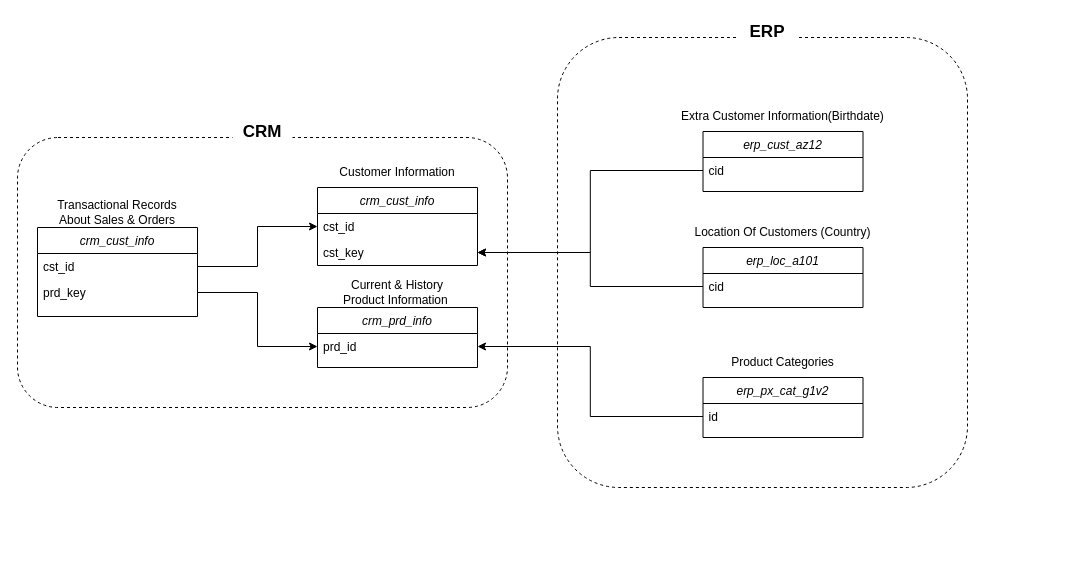
The draw.io diagram Integration_model.drawio in rudrabhavsar7/Datawarehouse, before the edit. Source tidied: cells renumbered, new cells numbered last; positions are measured from the earlier drawing's top-left corner, leaving out a move shared by most shapes. Both pictures are drawn from the tidied source at 100%, with x=0, y=0 at pixel (17, 17).
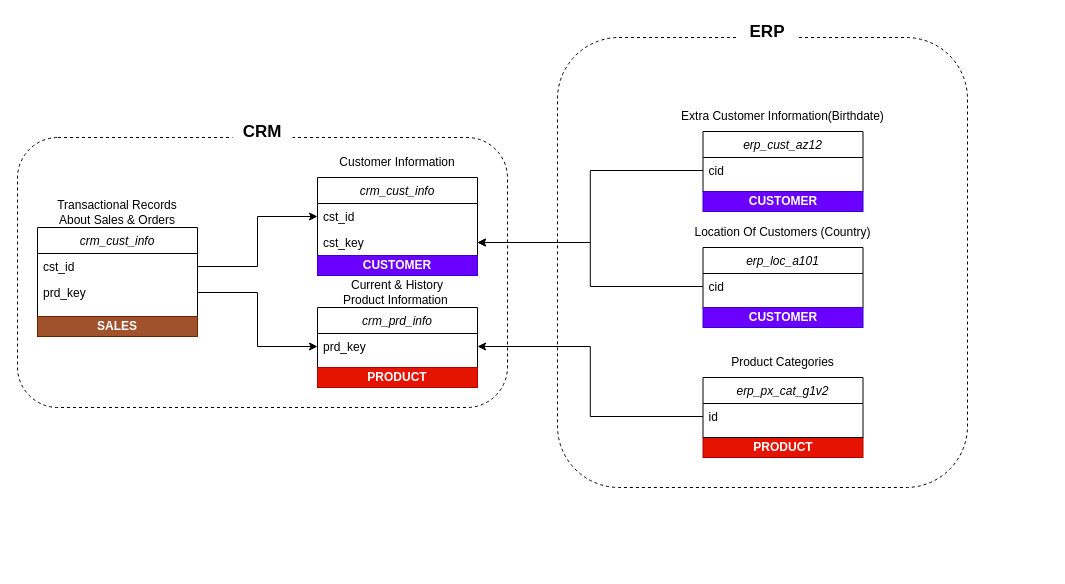
The same diagram, later.

The change refers to these unchanged cells:
```xml
<mxCell id="9" value="crm_prd_info" style="swimlane;fontStyle=2;align=center;verticalAlign=top;horizontal=1;startSize=26;rounded=0;shadow=0;strokeWidth=1;fontColor=light-dark(#000000,#000000);fillColor=light-dark(#FFFFFF,#66B2FF);" parent="8" vertex="1">
  <mxGeometry y="30" width="160" height="60" as="geometry" />
</mxCell>
<mxCell id="19" style="group;" parent="1" vertex="1">
  <mxGeometry x="560" y="256" width="470" height="190" as="geometry" />
</mxCell>
```

Change to the diagram source:
```diff
@@
     <mxCell id="3" style="group;" parent="1" vertex="1">
-      <mxGeometry x="300" y="140" width="160" height="90" as="geometry" />
+      <mxGeometry x="300" y="130" width="160" height="90" as="geometry" />
     </mxCell>
     <mxCell id="4" value="crm_cust_info" style="swimlane;fontStyle=2;align=center;verticalAlign=top;horizontal=1;startSize=26;rounded=0;shadow=0;strokeWidth=1;fillColor=light-dark(#FFFFFF,#66B2FF);fontColor=light-dark(#000000,#000000);" parent="3" vertex="1">
-      <mxGeometry y="30" width="160" height="78" as="geometry" />
+      <mxGeometry y="30" width="160" height="98" as="geometry" />
     </mxCell>
@@
+    <mxCell id="36" value="&lt;b&gt;CUSTOMER&lt;/b&gt;" style="rounded=0;whiteSpace=wrap;html=1;fillColor=#6a00ff;strokeColor=#3700CC;fontColor=#ffffff;" parent="4" vertex="1">
+      <mxGeometry y="78" width="160" height="20" as="geometry" />
+    </mxCell>
@@
-    <mxCell id="10" value="prd_id" style="text;align=left;verticalAlign=top;spacingLeft=4;spacingRight=4;overflow=hidden;points=[[0,0.5],[1,0.5]];portConstraint=eastwest;" parent="9" vertex="1">
+    <mxCell id="10" value="prd_key&#10;" style="text;align=left;verticalAlign=top;spacingLeft=4;spacingRight=4;overflow=hidden;points=[[0,0.5],[1,0.5]];portConstraint=eastwest;" parent="9" vertex="1">
       <mxGeometry y="26" width="160" height="26" as="geometry" />
     </mxCell>
@@
+    <mxCell id="37" value="&lt;b&gt;PRODUCT&lt;/b&gt;" style="rounded=0;whiteSpace=wrap;html=1;fillColor=#e51400;fontColor=#ffffff;strokeColor=#B20000;" parent="19" vertex="1">
+      <mxGeometry x="125.5" y="164" width="160" height="20" as="geometry" />
+    </mxCell>
+    <mxCell id="38" value="&lt;b&gt;CUSTOMER&lt;/b&gt;" style="rounded=0;whiteSpace=wrap;html=1;fillColor=#6a00ff;strokeColor=#3700CC;fontColor=#ffffff;" parent="19" vertex="1">
+      <mxGeometry x="125.5" y="34" width="160" height="20" as="geometry" />
+    </mxCell>
+    <mxCell id="39" value="&lt;b&gt;CUSTOMER&lt;/b&gt;" style="rounded=0;whiteSpace=wrap;html=1;fillColor=#6a00ff;strokeColor=#3700CC;fontColor=#ffffff;" parent="19" vertex="1">
+      <mxGeometry x="125.5" y="-82" width="160" height="20" as="geometry" />
+    </mxCell>
@@
+    <mxCell id="40" value="&lt;b&gt;PRODUCT&lt;/b&gt;" style="rounded=0;whiteSpace=wrap;html=1;fillColor=#e51400;fontColor=#ffffff;strokeColor=#B20000;" parent="1" vertex="1">
+      <mxGeometry x="300" y="350" width="160" height="20" as="geometry" />
+    </mxCell>
+    <mxCell id="41" value="&lt;b&gt;SALES&lt;/b&gt;" style="rounded=0;whiteSpace=wrap;html=1;fillColor=#a0522d;strokeColor=#6D1F00;fontColor=#ffffff;" parent="1" vertex="1">
+      <mxGeometry x="20" y="299" width="160" height="20" as="geometry" />
+    </mxCell>
```
